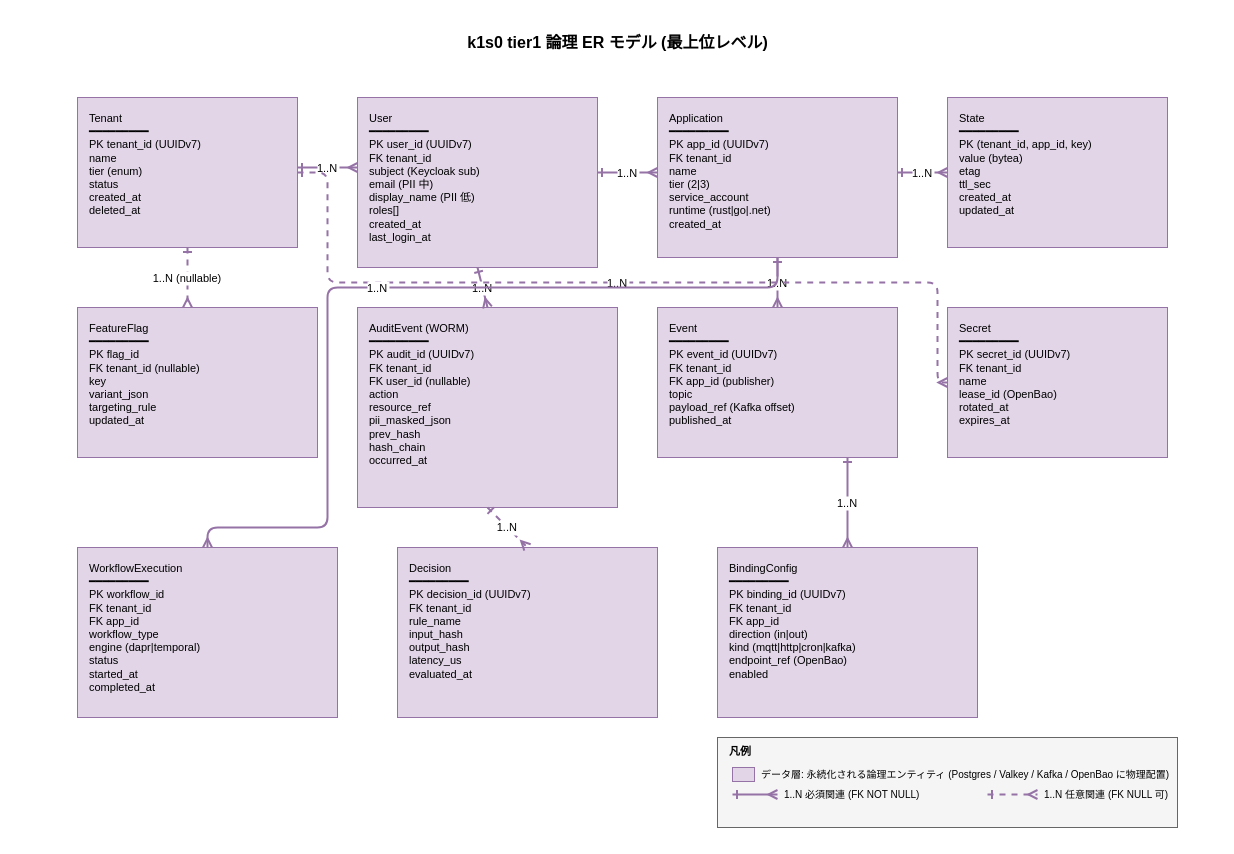
The draw.io diagram docs/04_概要設計/20_ソフトウェア方式設計/img/論理ERモデル.drawio in RyuheiKiso/k1s0, before the edit. Source tidied: cells renumbered, new cells numbered last; positions are measured from the earlier drawing's top-left corner, leaving out a move shared by most shapes. Both pictures are drawn from the tidied source at 100%, with x=0, y=0 at pixel (17, 17).
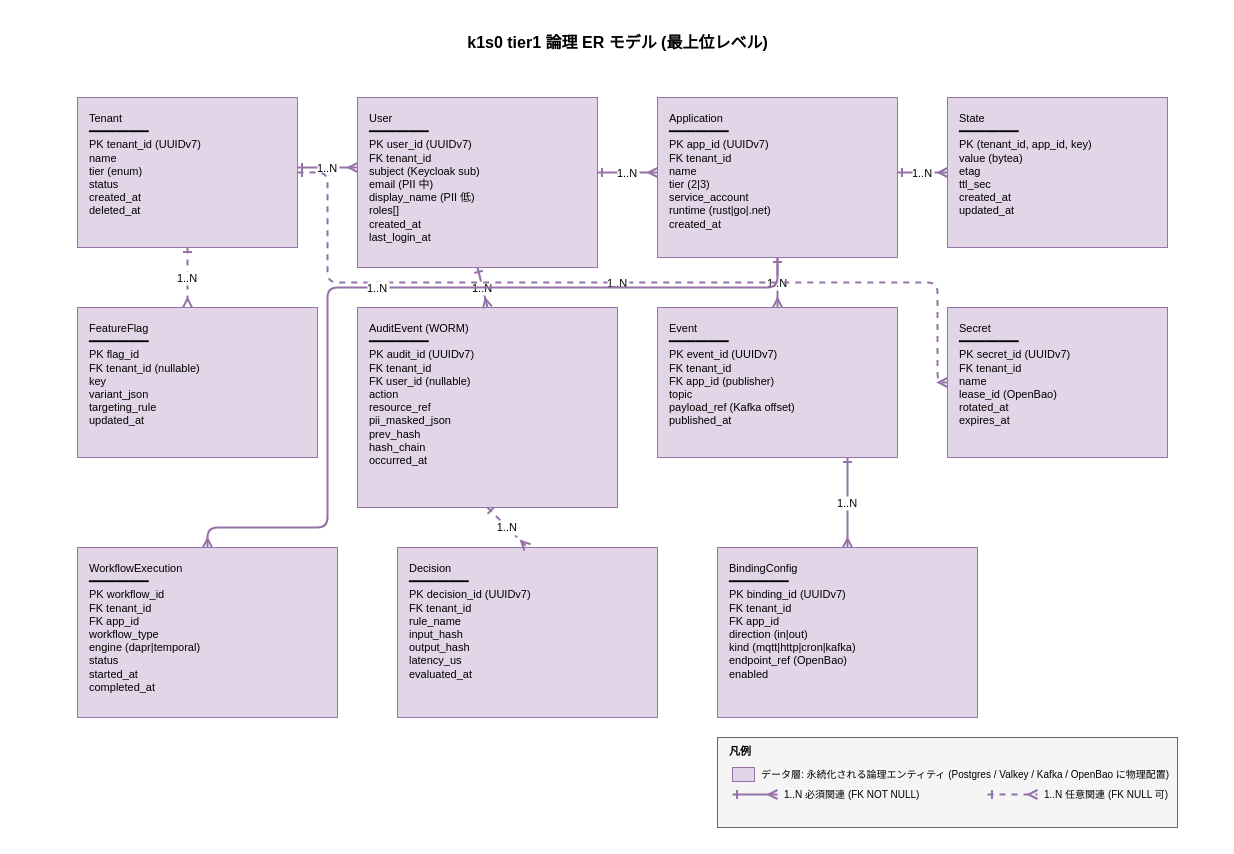
The same page after the edit.

What changed in the source:
```diff
@@
-    <mxCell id="21" value="1..N (nullable)" style="endArrow=ERmany;startArrow=ERone;strokeColor=#9673a6;strokeWidth=2;dashed=1;" parent="1" edge="1">
+    <mxCell id="21" value="1..N" style="endArrow=ERmany;startArrow=ERone;strokeColor=#9673a6;strokeWidth=2;dashed=1;" parent="1" edge="1">
       <mxGeometry relative="1" as="geometry">
         <mxPoint x="170" y="230" as="sourcePoint" />
         <mxPoint x="170" y="290" as="targetPoint" />
       </mxGeometry>
     </mxCell>
```
